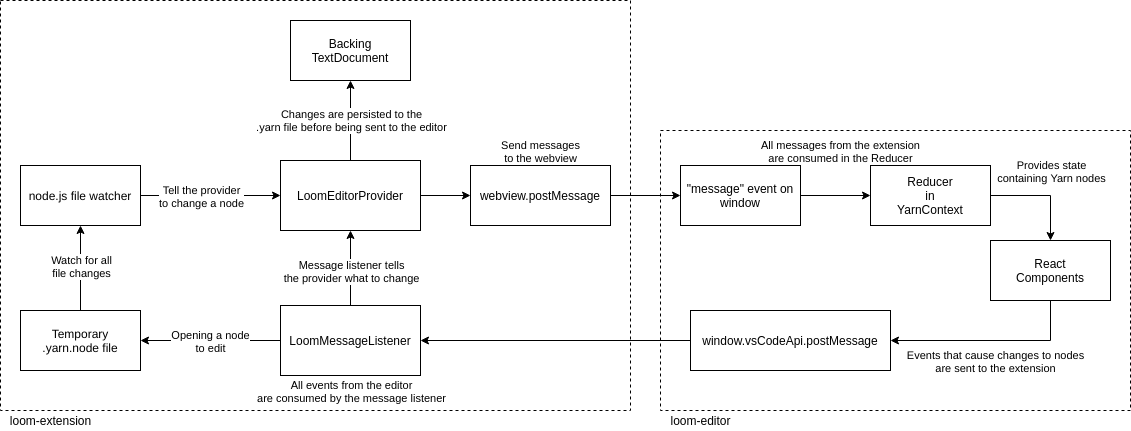
TranquilMarmot/YarnLoom keeps this draw.io diagram as images/extension-editor-communication.drawio.png. Above is the earlier version. Source tidied: cells renumbered, new cells last; positions are measured from the earlier drawing's top-left corner, leaving out a move shared by most shapes.
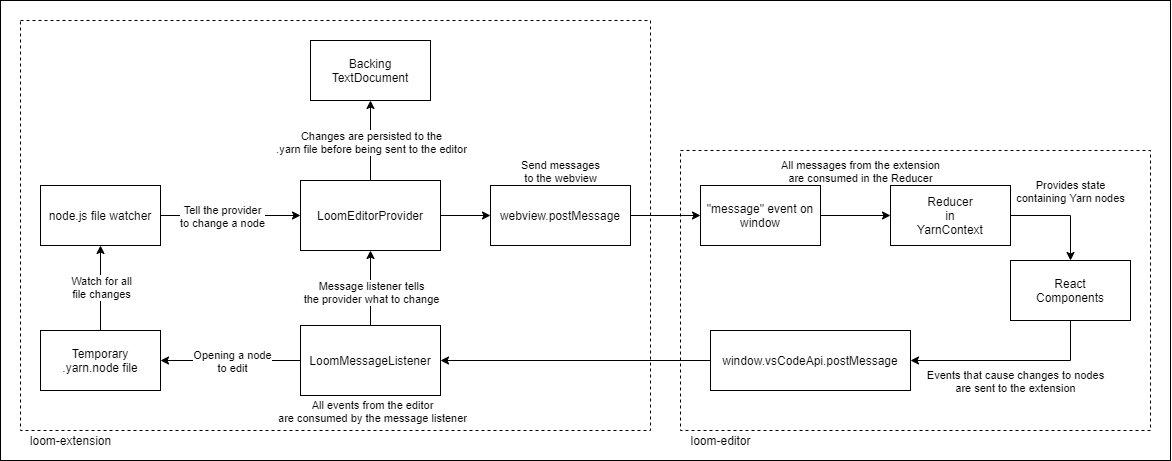
The same file after the commit.

Commit message:
Add background to architecture diagram

Change to the diagram source:
```diff
@@ -2,6 +2,9 @@
   <root>
     <mxCell id="0" />
     <mxCell id="1" parent="0" />
+    <mxCell id="37" style="rounded=0;whiteSpace=wrap;html=1;" parent="1" vertex="1">
+      <mxGeometry x="-20" y="-20" width="1170" height="460" as="geometry" />
+    </mxCell>
     <mxCell id="2" style="rounded=0;whiteSpace=wrap;html=1;dashed=1;" parent="1" vertex="1">
       <mxGeometry x="660" y="130" width="470" height="280" as="geometry" />
     </mxCell>
```
